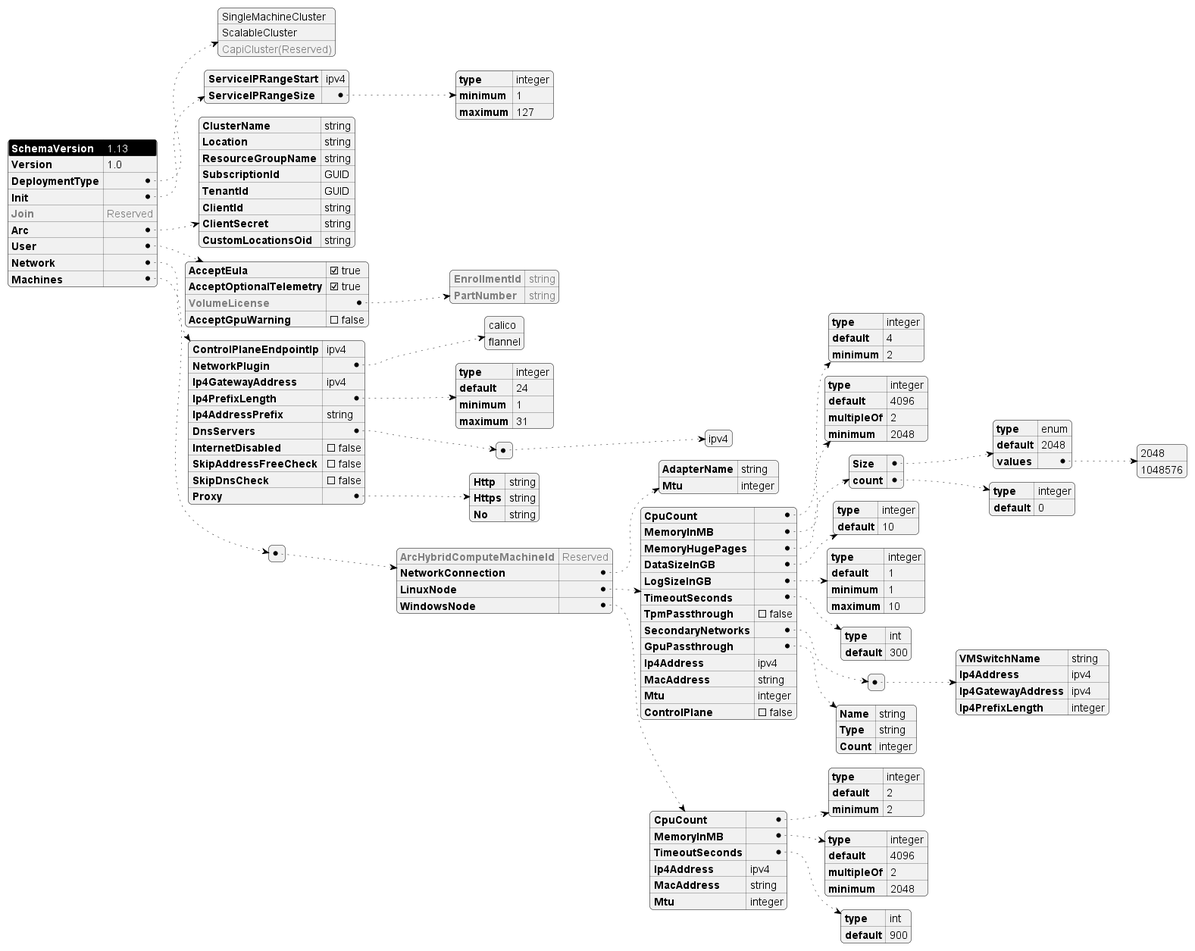
Before: tools/modules/AksEdgeDeploy/AksEdgeSchema.png, a diagram exported from PlantUML (Azure/AKS-Edge).
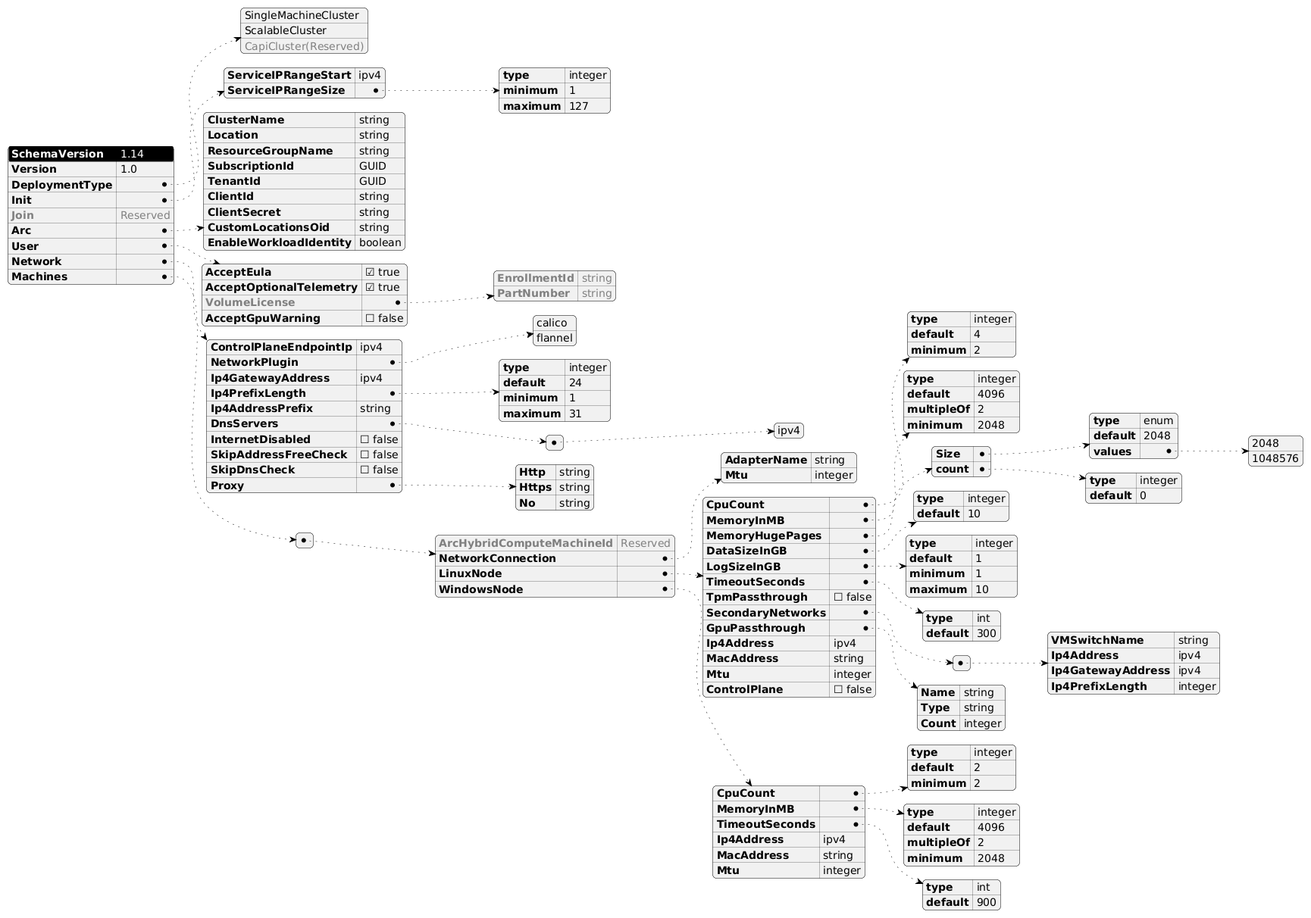
After the commit.

Commit message:
Update schema verison for Aug release. (#195)

Change to the diagram source:
```diff
@@ -21,7 +21,7 @@
 </style>
 #highlight "SchemaVersion"
 {
-    "SchemaVersion": "1.13",
+    "SchemaVersion": "1.14",
     "Version": "1.0",
     "DeploymentType": [
             "SingleMachineCluster",
@@ -45,7 +45,8 @@
         "TenantId": "GUID",
         "ClientId": "string",
         "ClientSecret": "string",
-        "CustomLocationsOid": "string"
+        "CustomLocationsOid": "string",
+        "EnableWorkloadIdentity": "boolean"
     },
     "User": {
         "AcceptEula": true,
```
